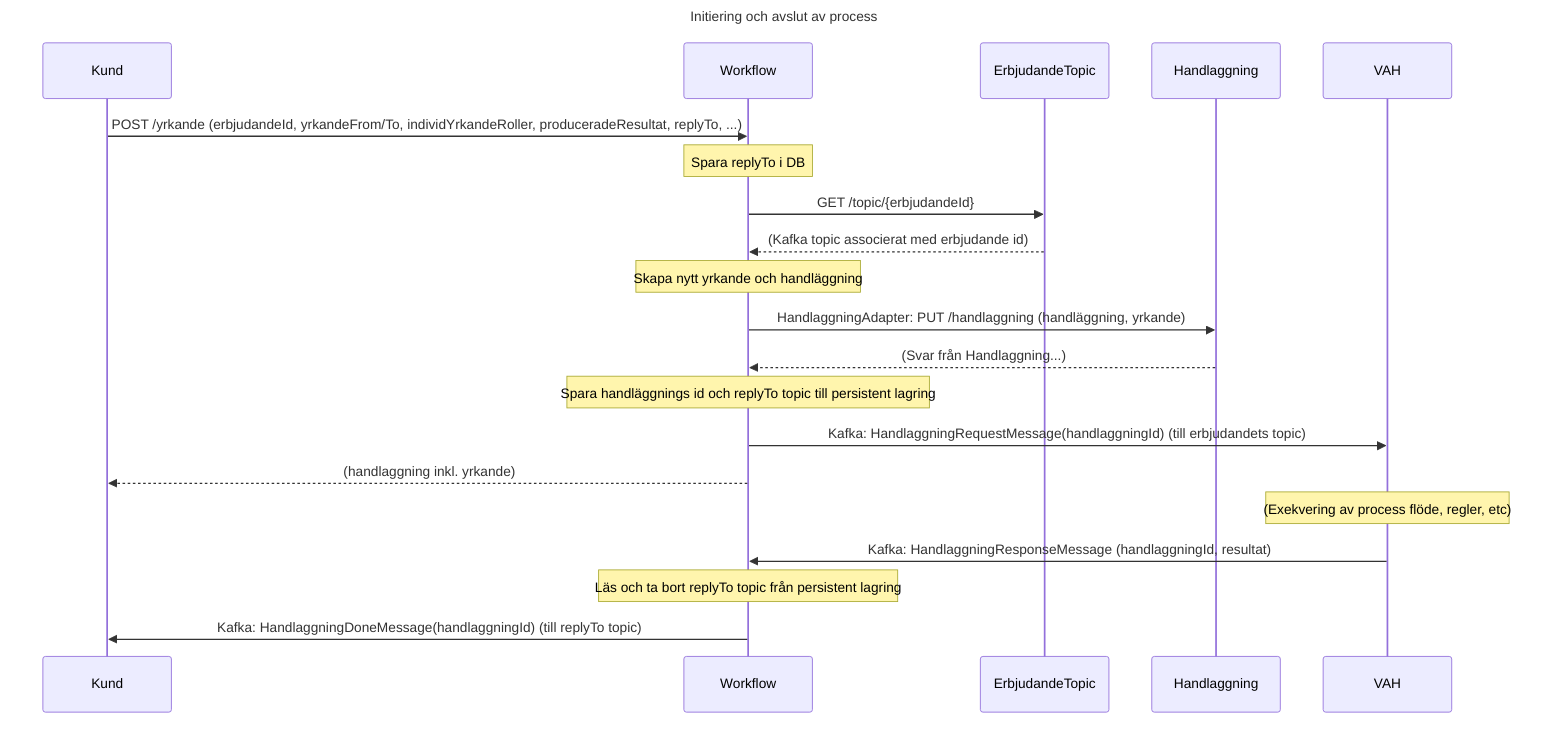
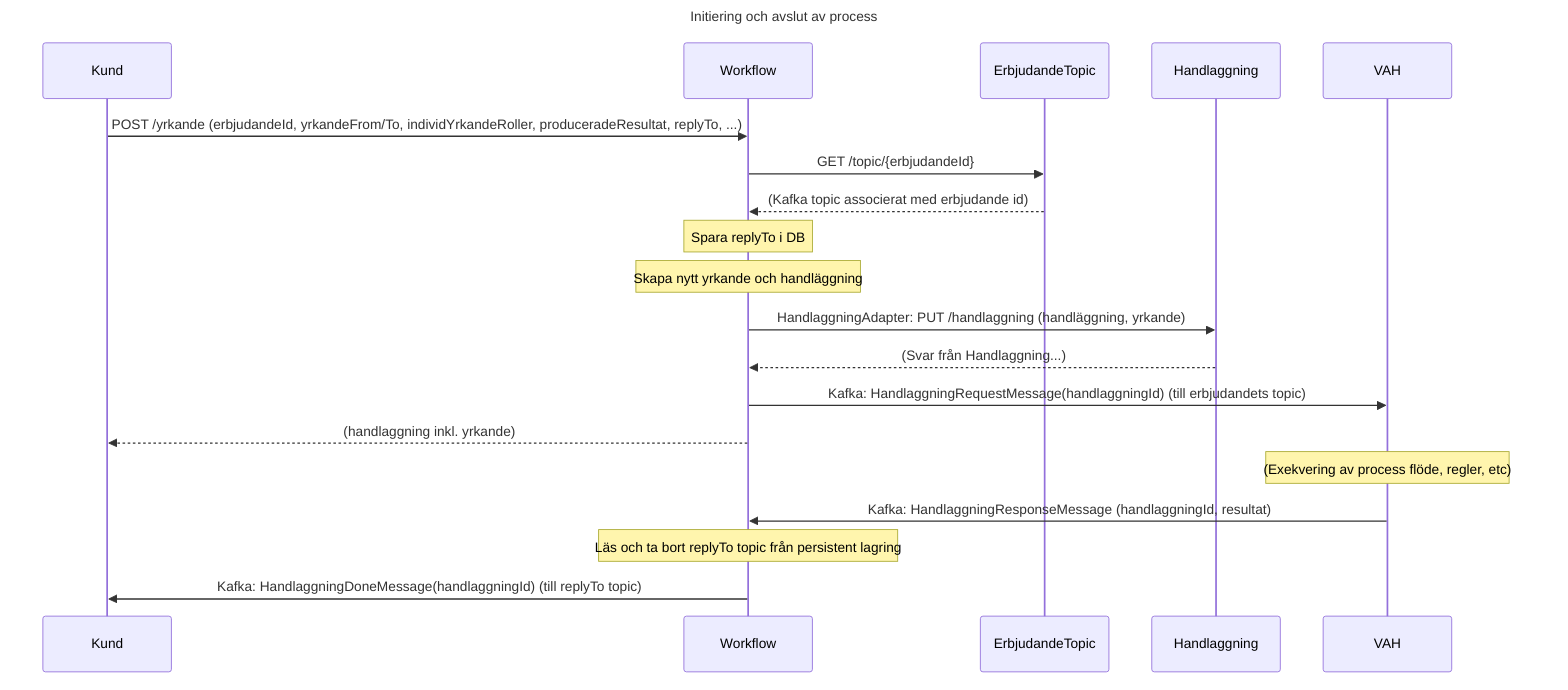
sequenceDiagram
    title Initiering och avslut av process
    participant Kund
    participant Workflow
    participant ErbjudandeTopic
    participant Handlaggning
    participant VAH
    Kund ->> Workflow: POST /yrkande (erbjudandeId, yrkandeFrom/To, individYrkandeRoller, produceradeResultat, replyTo, ...)
-     note over Workflow: Spara replyTo i DB
    Workflow ->> ErbjudandeTopic: GET /topic/{erbjudandeId}
    ErbjudandeTopic -->> Workflow: (Kafka topic associerat med erbjudande id)
+     note over Workflow: Spara replyTo i DB
    note over Workflow: Skapa nytt yrkande och handläggning
    Workflow ->> Handlaggning: HandlaggningAdapter: PUT /handlaggning (handläggning, yrkande)
    Handlaggning -->> Workflow: (Svar från Handlaggning...)
-     note over Workflow: Spara handläggnings id och replyTo topic till persistent lagring
    Workflow ->> VAH: Kafka: HandlaggningRequestMessage(handlaggningId) (till erbjudandets topic)
    Workflow -->> Kund: (handlaggning inkl. yrkande)
    note over VAH: (Exekvering av process flöde, regler, etc)
    VAH ->> Workflow: Kafka: HandlaggningResponseMessage (handlaggningId, resultat)
    note over Workflow: Läs och ta bort replyTo topic från persistent lagring
    Workflow ->> Kund: Kafka: HandlaggningDoneMessage(handlaggningId) (till replyTo topic)
